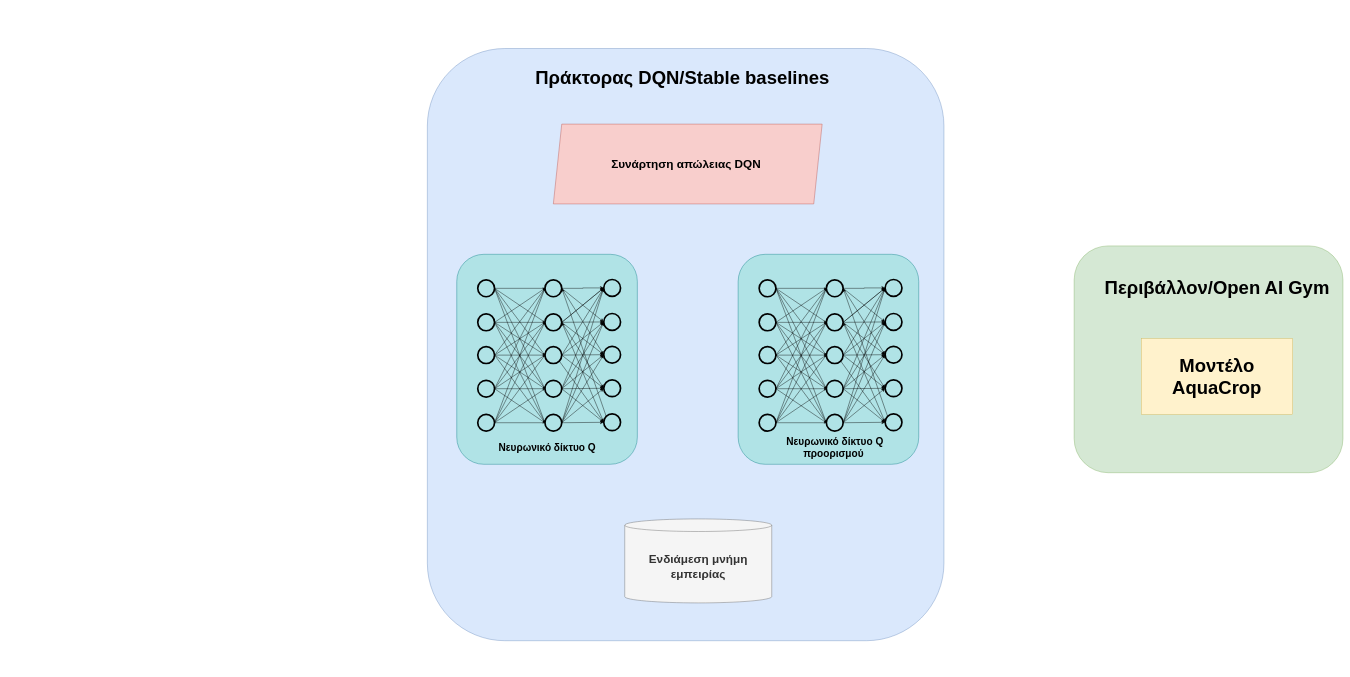
The draw.io diagram Untitled Diagram.drawio in alex-tsambalos/files, before the edit. Source tidied: cells renumbered, new cells numbered last; positions are measured from the earlier drawing's top-left corner, leaving out a move shared by most shapes. Both pictures are drawn from the tidied source at 42%, with x=0, y=0 at pixel (427, 48).
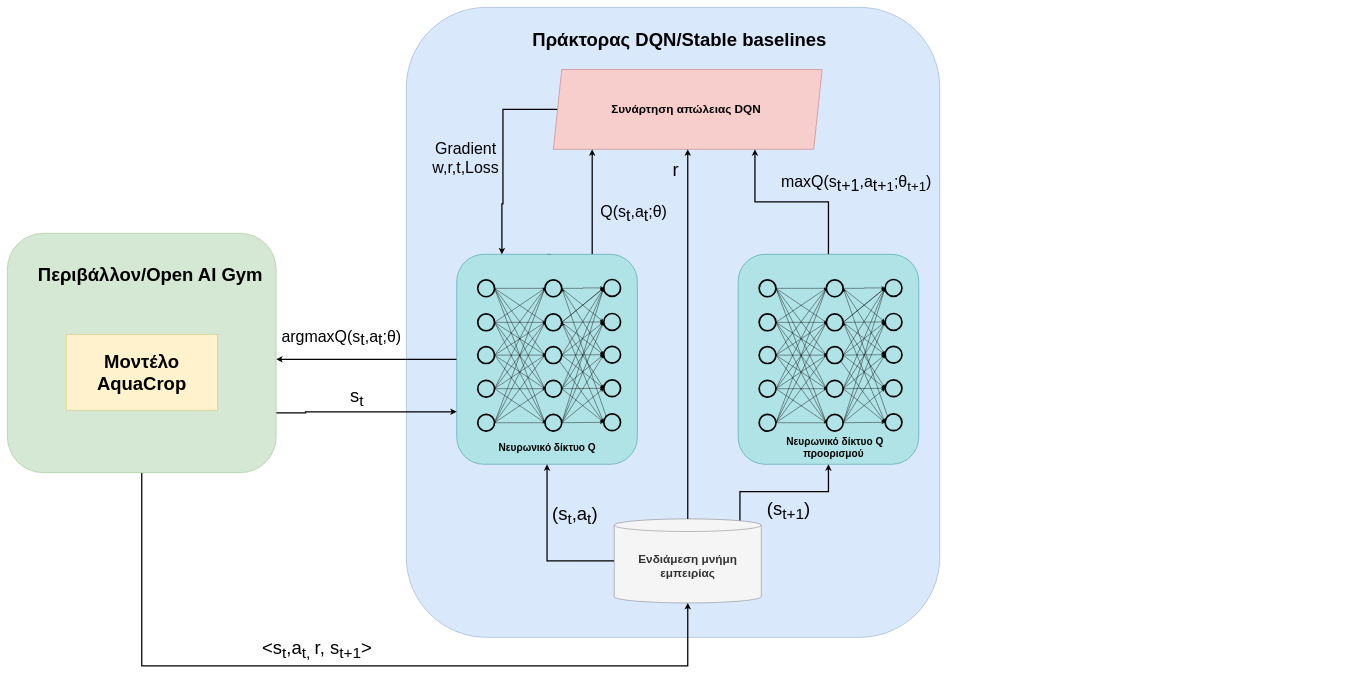
The same diagram, later.

The change refers to these unchanged cells:
```xml
<mxCell id="3" style="rounded=1;whiteSpace=wrap;html=1;fontSize=16;fillColor=#b0e3e6;strokeColor=#0e8088;" parent="1" vertex="1">
  <mxGeometry x="70" y="490" width="430" height="500" as="geometry" />
</mxCell>
<mxCell id="71" style="rounded=1;whiteSpace=wrap;html=1;fontSize=16;fillColor=#b0e3e6;strokeColor=#0e8088;" parent="1" vertex="1">
  <mxGeometry x="740" y="490" width="430" height="500" as="geometry" />
</mxCell>
```

What changed in the source:
```diff
@@
     <mxCell id="2" style="rounded=1;whiteSpace=wrap;html=1;fontSize=28;fillColor=#dae8fc;strokeColor=#6c8ebf;" parent="1" vertex="1">
-      <mxGeometry width="1230" height="1410" as="geometry" />
+      <mxGeometry x="-50" y="-98" width="1270" height="1500" as="geometry" />
     </mxCell>
+    <mxCell id="143" style="rounded=0;jettySize=auto;html=1;exitX=0;exitY=0.5;exitDx=0;exitDy=0;fontSize=44;strokeColor=default;strokeWidth=3;" parent="1" edge="1" source="3">
+      <mxGeometry relative="1" as="geometry">
+        <mxPoint x="-360" y="740" as="targetPoint" />
+      </mxGeometry>
+    </mxCell>
+    <mxCell id="144" value="argmaxQ(&lt;span style=&quot;font-size: 38px;&quot;&gt;s&lt;/span&gt;&lt;sub style=&quot;font-size: 38px;&quot;&gt;t&lt;/sub&gt;&lt;span style=&quot;font-size: 38px;&quot;&gt;,a&lt;/span&gt;&lt;sub style=&quot;font-size: 38px;&quot;&gt;t&lt;/sub&gt;;θ)" style="edgeLabel;html=1;align=center;verticalAlign=middle;fontSize=38;labelBackgroundColor=none;" parent="143" vertex="1">
+      <mxGeometry x="0.2" y="-5" relative="1" as="geometry">
+        <mxPoint x="-18" y="-45" as="offset" />
+      </mxGeometry>
+    </mxCell>
+    <mxCell id="145" style="edgeStyle=none;rounded=0;jettySize=auto;html=1;fontSize=44;strokeColor=default;strokeWidth=2;" parent="1" edge="1" source="3">
+      <mxGeometry relative="1" as="geometry">
+        <mxPoint x="290" y="500" as="targetPoint" />
+      </mxGeometry>
+    </mxCell>
+    <mxCell id="146" style="edgeStyle=orthogonalEdgeStyle;rounded=0;jettySize=auto;html=1;exitX=0.75;exitY=0;exitDx=0;exitDy=0;fontSize=42;strokeColor=default;strokeWidth=3;" parent="1" edge="1" source="3" target="138">
+      <mxGeometry relative="1" as="geometry">
+        <Array as="points">
+          <mxPoint x="392" y="330" />
+          <mxPoint x="392" y="330" />
+        </Array>
+      </mxGeometry>
+    </mxCell>
+    <mxCell id="147" value="&lt;span style=&quot;font-size: 38px;&quot;&gt;Q(&lt;/span&gt;&lt;span style=&quot;font-size: 38px;&quot;&gt;s&lt;/span&gt;&lt;sub style=&quot;font-size: 38px;&quot;&gt;t&lt;/sub&gt;&lt;span style=&quot;font-size: 38px;&quot;&gt;,a&lt;/span&gt;&lt;sub style=&quot;font-size: 38px;&quot;&gt;t&lt;/sub&gt;&lt;span style=&quot;font-size: 38px;&quot;&gt;;θ)&lt;/span&gt;" style="edgeLabel;html=1;align=center;verticalAlign=middle;fontSize=42;labelBackgroundColor=none;" parent="146" vertex="1">
+      <mxGeometry x="-0.22" y="-2" relative="1" as="geometry">
+        <mxPoint x="96" y="-1" as="offset" />
+      </mxGeometry>
+    </mxCell>
@@
+    <mxCell id="148" style="edgeStyle=orthogonalEdgeStyle;rounded=0;jettySize=auto;html=1;exitX=0;exitY=0.5;exitDx=0;exitDy=0;exitPerimeter=0;fontSize=44;strokeColor=default;entryX=0.5;entryY=1;entryDx=0;entryDy=0;strokeWidth=3;" parent="1" edge="1" source="4" target="3">
+      <mxGeometry relative="1" as="geometry" />
+    </mxCell>
+    <mxCell id="149" value="(s&lt;sub&gt;t&lt;/sub&gt;,a&lt;sub&gt;t&lt;/sub&gt;)" style="edgeLabel;html=1;align=center;verticalAlign=middle;fontSize=44;labelBackgroundColor=none;" parent="148" vertex="1">
+      <mxGeometry x="0.25" y="-5" relative="1" as="geometry">
+        <mxPoint x="60" y="-25" as="offset" />
+      </mxGeometry>
+    </mxCell>
+    <mxCell id="150" style="edgeStyle=orthogonalEdgeStyle;rounded=0;jettySize=auto;html=1;exitX=0.855;exitY=0;exitDx=0;exitDy=4.35;exitPerimeter=0;fontSize=44;strokeColor=default;strokeWidth=3;entryX=0.5;entryY=1;entryDx=0;entryDy=0;" parent="1" edge="1" source="4" target="71">
+      <mxGeometry relative="1" as="geometry" />
+    </mxCell>
+    <mxCell id="151" value="&lt;span style=&quot;&quot;&gt;(s&lt;/span&gt;&lt;sub style=&quot;&quot;&gt;t+1&lt;/sub&gt;&lt;span style=&quot;&quot;&gt;)&lt;/span&gt;" style="edgeLabel;html=1;align=center;verticalAlign=middle;fontSize=44;labelBackgroundColor=none;" parent="150" vertex="1">
+      <mxGeometry x="0.14" y="-2" relative="1" as="geometry">
+        <mxPoint x="-12" y="43" as="offset" />
+      </mxGeometry>
+    </mxCell>
+    <mxCell id="152" style="rounded=0;jettySize=auto;html=1;exitX=0.5;exitY=0;exitDx=0;exitDy=0;exitPerimeter=0;fontSize=44;strokeColor=default;strokeWidth=3;entryX=0.5;entryY=1;entryDx=0;entryDy=0;" parent="1" edge="1" source="4" target="138">
+      <mxGeometry relative="1" as="geometry" />
+    </mxCell>
+    <mxCell id="153" value="r" style="edgeLabel;html=1;align=center;verticalAlign=middle;fontSize=44;labelBackgroundColor=none;" parent="152" vertex="1">
+      <mxGeometry x="-0.19" y="-1" relative="1" as="geometry">
+        <mxPoint x="-31" y="-476" as="offset" />
+      </mxGeometry>
+    </mxCell>
     <mxCell id="4" value="&lt;font size=&quot;1&quot; style=&quot;&quot;&gt;&lt;b style=&quot;font-size: 28px;&quot;&gt;Ενδιάμεση μνήμη εμπειρίας&lt;/b&gt;&lt;/font&gt;" style="shape=cylinder3;whiteSpace=wrap;html=1;boundedLbl=1;backgroundOutline=1;size=15;fillColor=#f5f5f5;fontColor=#333333;strokeColor=#666666;" parent="1" vertex="1">
-      <mxGeometry x="470" y="1120" width="350" height="200" as="geometry" />
+      <mxGeometry x="445" y="1120" width="350" height="200" as="geometry" />
     </mxCell>
@@
+    <mxCell id="154" style="edgeStyle=orthogonalEdgeStyle;rounded=0;jettySize=auto;html=1;exitX=0.5;exitY=0;exitDx=0;exitDy=0;entryX=0.75;entryY=1;entryDx=0;entryDy=0;fontSize=38;strokeColor=default;strokeWidth=3;" parent="1" edge="1" source="71" target="138">
+      <mxGeometry relative="1" as="geometry" />
+    </mxCell>
+    <mxCell id="155" value="&lt;span style=&quot;font-size: 38px;&quot;&gt;maxQ(&lt;/span&gt;&lt;span style=&quot;font-size: 38px;&quot;&gt;s&lt;/span&gt;&lt;sub style=&quot;font-size: 38px;&quot;&gt;t+1&lt;/sub&gt;&lt;span style=&quot;font-size: 38px;&quot;&gt;,a&lt;/span&gt;&lt;sub style=&quot;font-size: 38px;&quot;&gt;t+&lt;/sub&gt;&lt;span style=&quot;font-size: 38px;&quot;&gt;&lt;sub&gt;1&lt;/sub&gt;&lt;/span&gt;&lt;span style=&quot;font-size: 38px;&quot;&gt;;θ&lt;sub&gt;t+1&lt;/sub&gt;)&lt;/span&gt;" style="edgeLabel;html=1;align=center;verticalAlign=middle;fontSize=42;labelBackgroundColor=none;" parent="154" vertex="1">
+      <mxGeometry x="-0.26" y="-4" relative="1" as="geometry">
+        <mxPoint x="97" y="-41" as="offset" />
+      </mxGeometry>
+    </mxCell>
@@
+    <mxCell id="156" style="edgeStyle=orthogonalEdgeStyle;rounded=0;jettySize=auto;html=1;exitX=0;exitY=0.5;exitDx=0;exitDy=0;fontSize=44;strokeColor=default;strokeWidth=3;entryX=0.25;entryY=0;entryDx=0;entryDy=0;" parent="1" edge="1" source="138" target="3">
+      <mxGeometry relative="1" as="geometry">
+        <Array as="points">
+          <mxPoint x="180" y="145" />
+          <mxPoint x="180" y="370" />
+          <mxPoint x="178" y="480" />
+        </Array>
+      </mxGeometry>
+    </mxCell>
+    <mxCell id="157" value="Gradient&lt;br&gt;w,r,t,Loss" style="edgeLabel;html=1;align=center;verticalAlign=middle;fontSize=38;labelBackgroundColor=none;" parent="156" vertex="1">
+      <mxGeometry x="0.25" y="3" relative="1" as="geometry">
+        <mxPoint x="-93" y="-53" as="offset" />
+      </mxGeometry>
+    </mxCell>
     <mxCell id="138" value="&lt;b&gt;&lt;font style=&quot;font-size: 28px;&quot;&gt;Συνάρτηση απώλειας DQN&amp;nbsp;&lt;/font&gt;&lt;/b&gt;" style="shape=parallelogram;perimeter=parallelogramPerimeter;whiteSpace=wrap;html=1;fixedSize=1;fontSize=21;fillColor=#f8cecc;strokeColor=#b85450;" parent="1" vertex="1">
-      <mxGeometry x="300" y="180" width="640" height="190" as="geometry" />
+      <mxGeometry x="300" y="50" width="640" height="190" as="geometry" />
     </mxCell>
     <mxCell id="139" value="Πράκτορας DQN/Stable baselines" style="text;strokeColor=none;fillColor=none;html=1;fontSize=44;fontStyle=1;verticalAlign=middle;align=center;" parent="1" vertex="1">
-      <mxGeometry x="557" y="50" width="100" height="40" as="geometry" />
+      <mxGeometry x="550" y="-40" width="100" height="40" as="geometry" />
     </mxCell>
+    <mxCell id="158" style="rounded=0;jettySize=auto;html=1;exitX=0.5;exitY=1;exitDx=0;exitDy=0;fontSize=44;strokeColor=default;strokeWidth=3;entryX=0.5;entryY=1;entryDx=0;entryDy=0;entryPerimeter=0;edgeStyle=orthogonalEdgeStyle;" parent="1" edge="1" source="140" target="4">
+      <mxGeometry relative="1" as="geometry">
+        <Array as="points">
+          <mxPoint x="-680" y="1470" />
+          <mxPoint x="620" y="1470" />
+        </Array>
+      </mxGeometry>
+    </mxCell>
+    <mxCell id="159" value="&lt;span style=&quot;color: rgb(0, 0, 0); font-family: Helvetica; font-size: 44px; font-style: normal; font-variant-ligatures: normal; font-variant-caps: normal; font-weight: 400; letter-spacing: normal; orphans: 2; text-align: center; text-indent: 0px; text-transform: none; widows: 2; word-spacing: 0px; -webkit-text-stroke-width: 0px; text-decoration-thickness: initial; text-decoration-style: initial; text-decoration-color: initial; float: none; display: inline !important;&quot;&gt;&amp;lt;s&lt;/span&gt;&lt;sub style=&quot;color: rgb(0, 0, 0); font-family: Helvetica; font-style: normal; font-variant-ligatures: normal; font-variant-caps: normal; font-weight: 400; letter-spacing: normal; orphans: 2; text-align: center; text-indent: 0px; text-transform: none; widows: 2; word-spacing: 0px; -webkit-text-stroke-width: 0px; text-decoration-thickness: initial; text-decoration-style: initial; text-decoration-color: initial;&quot;&gt;t&lt;/sub&gt;&lt;span style=&quot;color: rgb(0, 0, 0); font-family: Helvetica; font-size: 44px; font-style: normal; font-variant-ligatures: normal; font-variant-caps: normal; font-weight: 400; letter-spacing: normal; orphans: 2; text-align: center; text-indent: 0px; text-transform: none; widows: 2; word-spacing: 0px; -webkit-text-stroke-width: 0px; text-decoration-thickness: initial; text-decoration-style: initial; text-decoration-color: initial; float: none; display: inline !important;&quot;&gt;,a&lt;/span&gt;&lt;sub style=&quot;color: rgb(0, 0, 0); font-family: Helvetica; font-style: normal; font-variant-ligatures: normal; font-variant-caps: normal; font-weight: 400; letter-spacing: normal; orphans: 2; text-align: center; text-indent: 0px; text-transform: none; widows: 2; word-spacing: 0px; -webkit-text-stroke-width: 0px; text-decoration-thickness: initial; text-decoration-style: initial; text-decoration-color: initial;&quot;&gt;t, &lt;/sub&gt;&lt;span style=&quot;color: rgb(0, 0, 0); font-family: Helvetica; font-style: normal; font-variant-ligatures: normal; font-variant-caps: normal; font-weight: 400; letter-spacing: normal; orphans: 2; text-align: center; text-indent: 0px; text-transform: none; widows: 2; word-spacing: 0px; -webkit-text-stroke-width: 0px; text-decoration-thickness: initial; text-decoration-style: initial; text-decoration-color: initial;&quot;&gt;r, s&lt;sub&gt;t+1&lt;/sub&gt;&amp;gt;&lt;/span&gt;" style="edgeLabel;html=1;align=center;verticalAlign=middle;fontSize=44;labelBackgroundColor=none;" parent="158" vertex="1">
+      <mxGeometry x="-0.24" y="3" relative="1" as="geometry">
+        <mxPoint x="150" y="-37" as="offset" />
+      </mxGeometry>
+    </mxCell>
+    <mxCell id="160" style="edgeStyle=orthogonalEdgeStyle;rounded=0;jettySize=auto;html=1;exitX=1;exitY=0.75;exitDx=0;exitDy=0;entryX=0;entryY=0.75;entryDx=0;entryDy=0;fontSize=44;strokeColor=default;strokeWidth=3;" parent="1" edge="1" source="140" target="3">
+      <mxGeometry relative="1" as="geometry">
+        <Array as="points">
+          <mxPoint x="-290" y="865" />
+        </Array>
+      </mxGeometry>
+    </mxCell>
+    <mxCell id="161" value="s&lt;sub&gt;t&lt;/sub&gt;" style="edgeLabel;html=1;align=center;verticalAlign=middle;fontSize=44;labelBackgroundColor=none;" parent="160" vertex="1">
+      <mxGeometry x="-0.24" y="-1" relative="1" as="geometry">
+        <mxPoint x="30" y="-37" as="offset" />
+      </mxGeometry>
+    </mxCell>
     <mxCell id="140" style="rounded=1;whiteSpace=wrap;html=1;fontSize=44;fillColor=#d5e8d4;strokeColor=#82b366;" parent="1" vertex="1">
-      <mxGeometry x="1540" y="470" width="640" height="540" as="geometry" />
+      <mxGeometry x="-1000" y="440" width="640" height="570" as="geometry" />
     </mxCell>
     <mxCell id="141" value="Περιβάλλον/Open AI Gym" style="text;strokeColor=none;fillColor=none;html=1;fontSize=44;fontStyle=1;verticalAlign=middle;align=center;" parent="1" vertex="1">
-      <mxGeometry x="1830" y="550" width="100" height="40" as="geometry" />
+      <mxGeometry x="-710" y="520" width="100" height="40" as="geometry" />
     </mxCell>
     <mxCell id="142" value="Μοντέλο AquaCrop" style="rounded=0;whiteSpace=wrap;html=1;fontSize=44;fontStyle=1;fillColor=#fff2cc;strokeColor=#d6b656;" parent="1" vertex="1">
-      <mxGeometry x="1700" y="691" width="360" height="180" as="geometry" />
+      <mxGeometry x="-860" y="681" width="360" height="180" as="geometry" />
     </mxCell>
```
